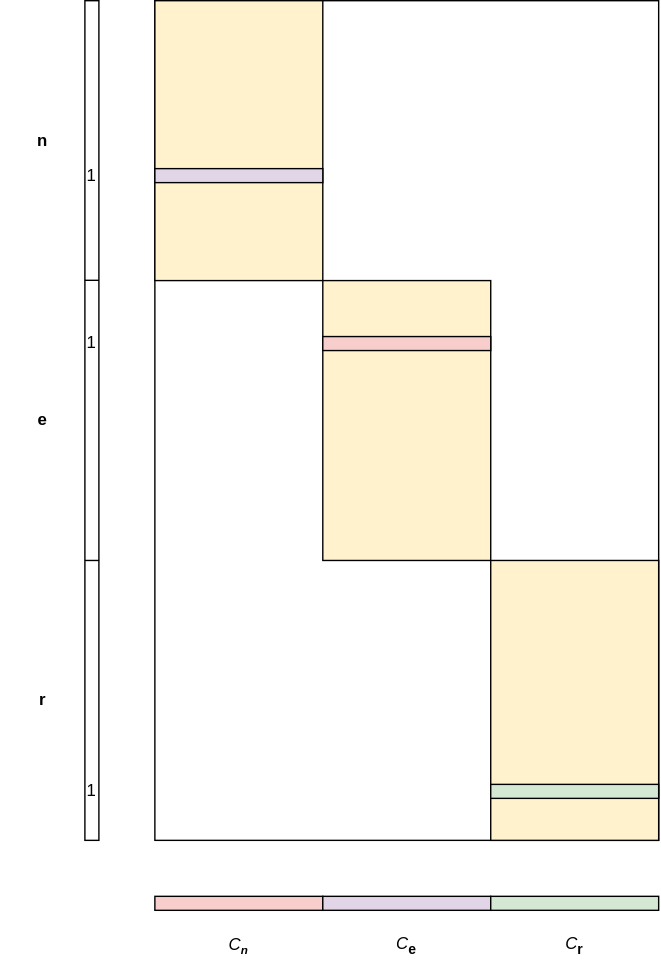
Before: docs/img/embedding.drawio.svg, a diagram exported from draw.io (particle1331/ok-transformer). Source tidied: cells renumbered, new cells last; positions are measured from the earlier drawing's top-left corner, leaving out a move shared by most shapes. Its diagram source:
```xml
<mxGraphModel>
  <root>
    <mxCell id="0" />
    <mxCell id="1" parent="0" />
    <mxCell id="2" style="rounded=0;whiteSpace=wrap;html=1;fillColor=none;" parent="1" vertex="1">
      <mxGeometry x="110" width="360" height="600" as="geometry" />
    </mxCell>
    <mxCell id="3" style="rounded=0;whiteSpace=wrap;html=1;fontSize=18;fillColor=#fff2cc;strokeColor=#000000;" parent="1" vertex="1">
      <mxGeometry x="110" width="120" height="200" as="geometry" />
    </mxCell>
    <mxCell id="4" style="rounded=0;whiteSpace=wrap;html=1;fontSize=18;fillColor=#fff2cc;strokeColor=#000000;" parent="1" vertex="1">
      <mxGeometry x="230" y="200" width="120" height="200" as="geometry" />
    </mxCell>
    <mxCell id="5" style="rounded=0;whiteSpace=wrap;html=1;fontSize=18;fillColor=#e1d5e7;strokeColor=#000000;" parent="1" vertex="1">
      <mxGeometry x="110" y="120" width="120" height="10" as="geometry" />
    </mxCell>
    <mxCell id="6" style="rounded=0;whiteSpace=wrap;html=1;fontSize=18;fillColor=#fff2cc;strokeColor=#000000;" parent="1" vertex="1">
      <mxGeometry x="350" y="400" width="120" height="200" as="geometry" />
    </mxCell>
    <mxCell id="7" style="rounded=0;whiteSpace=wrap;html=1;fontSize=18;fillColor=#d5e8d4;strokeColor=#000000;" parent="1" vertex="1">
      <mxGeometry x="350" y="560" width="120" height="10" as="geometry" />
    </mxCell>
    <mxCell id="8" style="rounded=0;whiteSpace=wrap;html=1;fontSize=18;fillColor=#f8cecc;strokeColor=#000000;" parent="1" vertex="1">
      <mxGeometry x="110" y="640" width="120" height="10" as="geometry" />
    </mxCell>
    <mxCell id="9" style="rounded=0;whiteSpace=wrap;html=1;fontSize=18;fillColor=#e1d5e7;strokeColor=#000000;" parent="1" vertex="1">
      <mxGeometry x="230" y="640" width="120" height="10" as="geometry" />
    </mxCell>
    <mxCell id="10" style="rounded=0;whiteSpace=wrap;html=1;fontSize=18;fillColor=#d5e8d4;strokeColor=#000000;" parent="1" vertex="1">
      <mxGeometry x="350" y="640" width="120" height="10" as="geometry" />
    </mxCell>
    <mxCell id="11" style="rounded=0;whiteSpace=wrap;html=1;fillColor=none;" parent="1" vertex="1">
      <mxGeometry x="60" width="10" height="600" as="geometry" />
    </mxCell>
    <mxCell id="12" value="1" style="text;html=1;strokeColor=none;fillColor=none;align=center;verticalAlign=middle;whiteSpace=wrap;rounded=0;" parent="1" vertex="1">
      <mxGeometry x="35" y="110" width="60" height="30" as="geometry" />
    </mxCell>
    <mxCell id="13" value="1" style="text;html=1;strokeColor=none;fillColor=none;align=center;verticalAlign=middle;whiteSpace=wrap;rounded=0;" parent="1" vertex="1">
      <mxGeometry x="35" y="230" width="60" height="30" as="geometry" />
    </mxCell>
    <mxCell id="14" value="1" style="text;html=1;strokeColor=none;fillColor=none;align=center;verticalAlign=middle;whiteSpace=wrap;rounded=0;" parent="1" vertex="1">
      <mxGeometry x="35" y="550" width="60" height="30" as="geometry" />
    </mxCell>
    <mxCell id="15" style="endArrow=none;html=1;rounded=0;exitX=-0.014;exitY=0.333;exitDx=0;exitDy=0;exitPerimeter=0;entryX=1.004;entryY=0.333;entryDx=0;entryDy=0;entryPerimeter=0;" parent="1" edge="1" source="11" target="11">
      <mxGeometry relative="1" as="geometry" />
    </mxCell>
    <mxCell id="16" style="endArrow=none;html=1;rounded=0;exitX=-0.014;exitY=0.333;exitDx=0;exitDy=0;exitPerimeter=0;entryX=1.004;entryY=0.333;entryDx=0;entryDy=0;entryPerimeter=0;" parent="1" edge="1">
      <mxGeometry relative="1" as="geometry">
        <mxPoint x="60" y="400" as="sourcePoint" />
        <mxPoint x="70.2" y="400" as="targetPoint" />
      </mxGeometry>
    </mxCell>
    <mxCell id="17" style="rounded=0;whiteSpace=wrap;html=1;fontSize=18;fillColor=#f8cecc;strokeColor=#000000;" parent="1" vertex="1">
      <mxGeometry x="230" y="240" width="120" height="10" as="geometry" />
    </mxCell>
    <mxCell id="18" value="&lt;b&gt;n&lt;/b&gt;" style="text;html=1;strokeColor=none;fillColor=none;align=center;verticalAlign=middle;whiteSpace=wrap;rounded=0;" parent="1" vertex="1">
      <mxGeometry y="85" width="60" height="30" as="geometry" />
    </mxCell>
    <mxCell id="19" value="&lt;b&gt;e&lt;/b&gt;" style="text;html=1;strokeColor=none;fillColor=none;align=center;verticalAlign=middle;whiteSpace=wrap;rounded=0;" parent="1" vertex="1">
      <mxGeometry y="285" width="60" height="30" as="geometry" />
    </mxCell>
    <mxCell id="20" value="&lt;b&gt;r&lt;/b&gt;" style="text;html=1;strokeColor=none;fillColor=none;align=center;verticalAlign=middle;whiteSpace=wrap;rounded=0;" parent="1" vertex="1">
      <mxGeometry y="485" width="60" height="30" as="geometry" />
    </mxCell>
    <mxCell id="21" value="&lt;i&gt;C&lt;/i&gt;&lt;sub&gt;&lt;b&gt;e&lt;/b&gt;&lt;/sub&gt;" style="text;html=1;strokeColor=none;fillColor=none;align=center;verticalAlign=middle;whiteSpace=wrap;rounded=0;" parent="1" vertex="1">
      <mxGeometry x="260" y="660" width="60" height="30" as="geometry" />
    </mxCell>
    <mxCell id="22" value="&lt;i&gt;C&lt;span style=&quot;font-size: 10px;&quot;&gt;&lt;b&gt;&lt;sub&gt;n&lt;/sub&gt;&lt;/b&gt;&lt;/span&gt;&lt;/i&gt;" style="text;html=1;strokeColor=none;fillColor=none;align=center;verticalAlign=middle;whiteSpace=wrap;rounded=0;" parent="1" vertex="1">
      <mxGeometry x="140" y="660" width="60" height="30" as="geometry" />
    </mxCell>
    <mxCell id="23" value="&lt;i&gt;C&lt;/i&gt;&lt;sub&gt;&lt;b&gt;r&lt;/b&gt;&lt;/sub&gt;" style="text;html=1;strokeColor=none;fillColor=none;align=center;verticalAlign=middle;whiteSpace=wrap;rounded=0;" parent="1" vertex="1">
      <mxGeometry x="380" y="660" width="60" height="30" as="geometry" />
    </mxCell>
  </root>
</mxGraphModel>
```
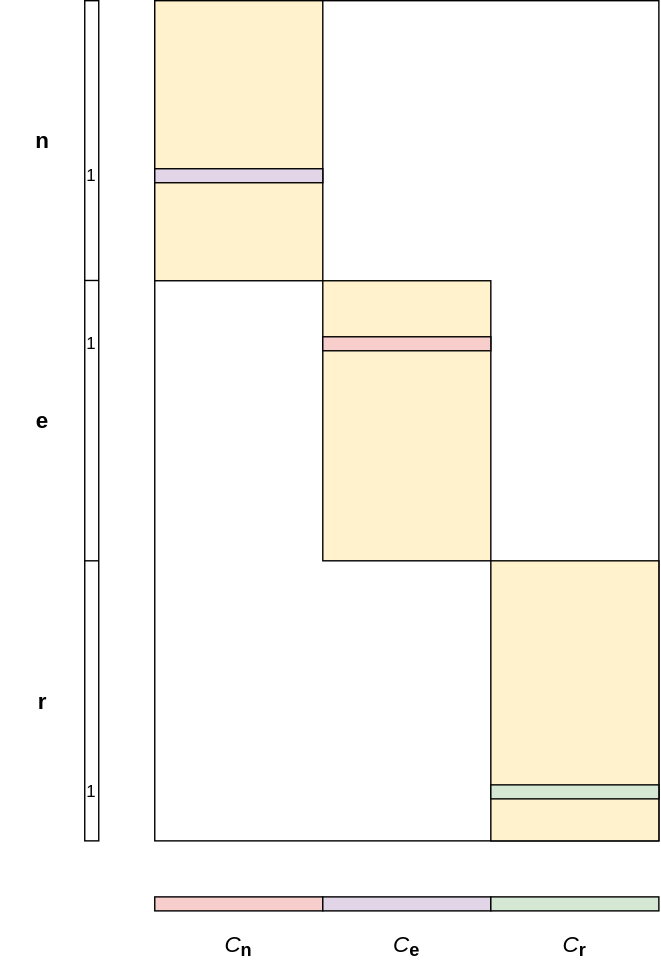
The same file after the commit.

The edit, as a diff of the source:
```diff
@@ -53,22 +53,22 @@
     <mxCell id="17" style="rounded=0;whiteSpace=wrap;html=1;fontSize=18;fillColor=#f8cecc;strokeColor=#000000;" parent="1" vertex="1">
       <mxGeometry x="230" y="240" width="120" height="10" as="geometry" />
     </mxCell>
-    <mxCell id="18" value="&lt;b&gt;n&lt;/b&gt;" style="text;html=1;strokeColor=none;fillColor=none;align=center;verticalAlign=middle;whiteSpace=wrap;rounded=0;" parent="1" vertex="1">
+    <mxCell id="18" value="&lt;b&gt;&lt;font style=&quot;font-size: 16px;&quot;&gt;n&lt;/font&gt;&lt;/b&gt;" style="text;html=1;strokeColor=none;fillColor=none;align=center;verticalAlign=middle;whiteSpace=wrap;rounded=0;" parent="1" vertex="1">
       <mxGeometry y="85" width="60" height="30" as="geometry" />
     </mxCell>
-    <mxCell id="19" value="&lt;b&gt;e&lt;/b&gt;" style="text;html=1;strokeColor=none;fillColor=none;align=center;verticalAlign=middle;whiteSpace=wrap;rounded=0;" parent="1" vertex="1">
+    <mxCell id="19" value="&lt;b&gt;&lt;font style=&quot;font-size: 16px;&quot;&gt;e&lt;/font&gt;&lt;/b&gt;" style="text;html=1;strokeColor=none;fillColor=none;align=center;verticalAlign=middle;whiteSpace=wrap;rounded=0;" parent="1" vertex="1">
       <mxGeometry y="285" width="60" height="30" as="geometry" />
     </mxCell>
-    <mxCell id="20" value="&lt;b&gt;r&lt;/b&gt;" style="text;html=1;strokeColor=none;fillColor=none;align=center;verticalAlign=middle;whiteSpace=wrap;rounded=0;" parent="1" vertex="1">
+    <mxCell id="20" value="&lt;b&gt;&lt;font style=&quot;font-size: 16px;&quot;&gt;r&lt;/font&gt;&lt;/b&gt;" style="text;html=1;strokeColor=none;fillColor=none;align=center;verticalAlign=middle;whiteSpace=wrap;rounded=0;" parent="1" vertex="1">
       <mxGeometry y="485" width="60" height="30" as="geometry" />
     </mxCell>
-    <mxCell id="21" value="&lt;i&gt;C&lt;/i&gt;&lt;sub&gt;&lt;b&gt;e&lt;/b&gt;&lt;/sub&gt;" style="text;html=1;strokeColor=none;fillColor=none;align=center;verticalAlign=middle;whiteSpace=wrap;rounded=0;" parent="1" vertex="1">
+    <mxCell id="21" value="&lt;font style=&quot;&quot;&gt;&lt;i style=&quot;font-size: 16px;&quot;&gt;C&lt;/i&gt;&lt;sub style=&quot;&quot;&gt;&lt;b style=&quot;&quot;&gt;&lt;font style=&quot;font-size: 13px;&quot;&gt;e&lt;/font&gt;&lt;/b&gt;&lt;/sub&gt;&lt;/font&gt;" style="text;html=1;strokeColor=none;fillColor=none;align=center;verticalAlign=middle;whiteSpace=wrap;rounded=0;" parent="1" vertex="1">
       <mxGeometry x="260" y="660" width="60" height="30" as="geometry" />
     </mxCell>
-    <mxCell id="22" value="&lt;i&gt;C&lt;span style=&quot;font-size: 10px;&quot;&gt;&lt;b&gt;&lt;sub&gt;n&lt;/sub&gt;&lt;/b&gt;&lt;/span&gt;&lt;/i&gt;" style="text;html=1;strokeColor=none;fillColor=none;align=center;verticalAlign=middle;whiteSpace=wrap;rounded=0;" parent="1" vertex="1">
+    <mxCell id="22" value="&lt;font style=&quot;&quot;&gt;&lt;i style=&quot;font-size: 16px;&quot;&gt;C&lt;/i&gt;&lt;b style=&quot;&quot;&gt;&lt;sub style=&quot;&quot;&gt;&lt;font style=&quot;font-size: 13px;&quot;&gt;n&lt;/font&gt;&lt;/sub&gt;&lt;/b&gt;&lt;/font&gt;" style="text;html=1;strokeColor=none;fillColor=none;align=center;verticalAlign=middle;whiteSpace=wrap;rounded=0;" parent="1" vertex="1">
       <mxGeometry x="140" y="660" width="60" height="30" as="geometry" />
     </mxCell>
-    <mxCell id="23" value="&lt;i&gt;C&lt;/i&gt;&lt;sub&gt;&lt;b&gt;r&lt;/b&gt;&lt;/sub&gt;" style="text;html=1;strokeColor=none;fillColor=none;align=center;verticalAlign=middle;whiteSpace=wrap;rounded=0;" parent="1" vertex="1">
+    <mxCell id="23" value="&lt;font style=&quot;&quot;&gt;&lt;i style=&quot;font-size: 16px;&quot;&gt;C&lt;/i&gt;&lt;sub style=&quot;&quot;&gt;&lt;b style=&quot;&quot;&gt;&lt;font style=&quot;font-size: 13px;&quot;&gt;r&lt;/font&gt;&lt;/b&gt;&lt;/sub&gt;&lt;/font&gt;" style="text;html=1;strokeColor=none;fillColor=none;align=center;verticalAlign=middle;whiteSpace=wrap;rounded=0;" parent="1" vertex="1">
       <mxGeometry x="380" y="660" width="60" height="30" as="geometry" />
     </mxCell>
   </root>
```
